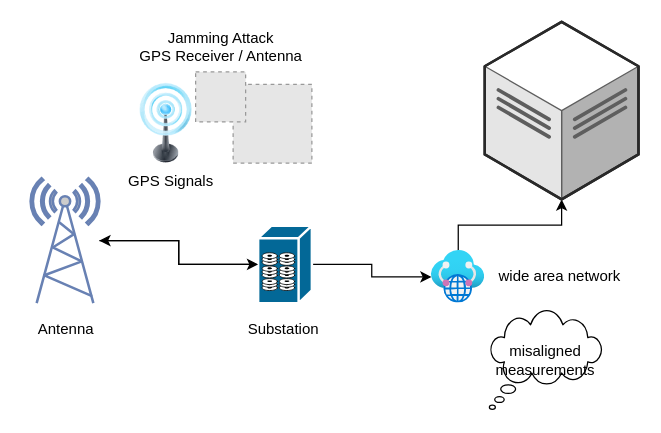
Above: schema kjtn.drawio in Dzishaw/Tugas_Keamanan_Aplikasi (draw.io), before the change. Source tidied: cells renumbered, new cells numbered last; positions are measured from the earlier drawing's top-left corner, leaving out a move shared by most shapes. Both pictures are drawn from the tidied source at 125%, with x=0, y=0 at pixel (20, 21). Pictures stored in the file or linked from it are replaced by grey dashed boxes.
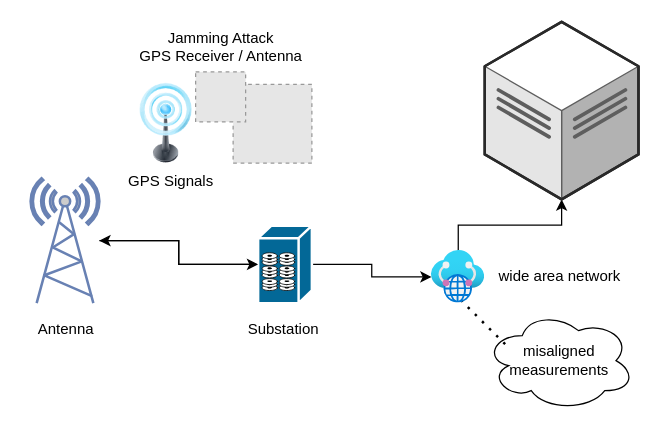
Above is the later version.

The edit, as a diff of the source:
```diff
@@
 <mxGraphModel>
   <root>
     <mxCell id="0" />
     <mxCell id="1" parent="0" />
     <mxCell id="2" style="edgeStyle=orthogonalEdgeStyle;rounded=0;jettySize=auto;html=1;exitX=0;exitY=0.5;exitDx=0;exitDy=0;exitPerimeter=0;" parent="1" edge="1" source="4" target="10">
       <mxGeometry relative="1" as="geometry" />
     </mxCell>
     <mxCell id="3" style="edgeStyle=orthogonalEdgeStyle;rounded=0;jettySize=auto;html=1;exitX=1;exitY=0.5;exitDx=0;exitDy=0;exitPerimeter=0;" parent="1" edge="1" source="4" target="12">
       <mxGeometry relative="1" as="geometry" />
     </mxCell>
     <mxCell id="4" style="shape=mxgraph.cisco.storage.fibre_channel_disk_subsystem;html=1;dashed=0;fillColor=#036897;strokeColor=#ffffff;strokeWidth=2;verticalLabelPosition=bottom;verticalAlign=top;align=center;outlineConnect=0;" parent="1" vertex="1">
       <mxGeometry x="190" y="163" width="43" height="62" as="geometry" />
     </mxCell>
     <mxCell id="5" style="image;html=1;image=img/lib/clip_art/telecommunication/Signal_tower_on_128x128.png;" parent="1" vertex="1">
       <mxGeometry x="63" y="49.2" width="107" height="63.8" as="geometry" />
     </mxCell>
     <mxCell id="6" style="fillColor=#E6E6E6;strokeColor=#999999;dashed=1;html=1;verticalAlign=top;verticalLabelPosition=bottom;labelBackgroundColor=#ffffff;" parent="1" vertex="1">
       <mxGeometry x="170" y="50" width="63" height="63" as="geometry" />
     </mxCell>
     <mxCell id="7" value="Jamming Attack &lt;br&gt;GPS Receiver / Antenna" style="text;html=1;align=center;verticalAlign=middle;strokeColor=none;fillColor=none;" parent="1" vertex="1">
       <mxGeometry x="85" width="150" height="40" as="geometry" />
     </mxCell>
     <mxCell id="8" style="fillColor=#E6E6E6;strokeColor=#999999;dashed=1;html=1;verticalAlign=top;verticalLabelPosition=bottom;labelBackgroundColor=#ffffff;" parent="1" vertex="1">
       <mxGeometry x="140" y="40" width="40" height="40" as="geometry" />
     </mxCell>
     <mxCell id="9" style="edgeStyle=orthogonalEdgeStyle;rounded=0;jettySize=auto;html=1;" parent="1" edge="1" source="10" target="4">
       <mxGeometry relative="1" as="geometry" />
     </mxCell>
     <mxCell id="10" style="fontColor=#0066CC;verticalAlign=top;verticalLabelPosition=bottom;labelPosition=center;align=center;html=1;outlineConnect=0;fillColor=#CCCCCC;strokeColor=#6881B3;gradientColor=none;gradientDirection=north;strokeWidth=2;shape=mxgraph.networks.radio_tower;" parent="1" vertex="1">
       <mxGeometry x="8" y="125" width="55" height="100" as="geometry" />
     </mxCell>
     <mxCell id="11" style="edgeStyle=orthogonalEdgeStyle;rounded=0;jettySize=auto;html=1;" parent="1" edge="1" source="12" target="14">
       <mxGeometry relative="1" as="geometry" />
     </mxCell>
     <mxCell id="12" style="image;html=1;points=[];align=center;fontSize=12;image=img/lib/azure2/networking/Virtual_WANs.svg;" parent="1" vertex="1">
       <mxGeometry x="328.7" y="183" width="42.7" height="42" as="geometry" />
     </mxCell>
     <mxCell id="13" value="wide area network" style="text;html=1;align=center;verticalAlign=middle;strokeColor=none;fillColor=none;" parent="1" vertex="1">
       <mxGeometry x="371.3" y="189" width="120" height="30" as="geometry" />
     </mxCell>
     <mxCell id="14" style="verticalLabelPosition=bottom;html=1;verticalAlign=top;strokeWidth=1;align=center;outlineConnect=0;dashed=0;outlineConnect=0;shape=mxgraph.aws3d.dataCenter;strokeColor=#5E5E5E;" parent="1" vertex="1">
       <mxGeometry x="371.3" width="123" height="142" as="geometry" />
     </mxCell>
     <mxCell id="15" value="Substation" style="text;html=1;align=center;verticalAlign=middle;strokeColor=none;fillColor=none;rotation=0;" parent="1" vertex="1">
       <mxGeometry x="170" y="231" width="80" height="30" as="geometry" />
     </mxCell>
     <mxCell id="16" value="Antenna" style="text;html=1;align=center;verticalAlign=middle;strokeColor=none;fillColor=none;" parent="1" vertex="1">
       <mxGeometry x="0.5" y="231" width="70" height="30" as="geometry" />
     </mxCell>
     <mxCell id="17" value="GPS Signals" style="text;html=1;align=center;verticalAlign=middle;strokeColor=none;fillColor=none;" parent="1" vertex="1">
       <mxGeometry x="75" y="113" width="90" height="30" as="geometry" />
     </mxCell>
-    <mxCell id="18" value="misaligned measurements" style="whiteSpace=wrap;html=1;shape=mxgraph.basic.cloud_callout;" parent="1" vertex="1">
-      <mxGeometry x="375" y="231" width="90" height="79" as="geometry" />
+    <mxCell id="18" value="misaligned measurements" style="ellipse;shape=cloud;whiteSpace=wrap;html=1;" parent="1" vertex="1">
+      <mxGeometry x="371.3" y="231" width="120" height="80" as="geometry" />
     </mxCell>
+    <mxCell id="19" style="endArrow=none;dashed=1;html=1;dashPattern=1 3;strokeWidth=2;rounded=0;entryX=0.575;entryY=0.971;entryDx=0;entryDy=0;entryPerimeter=0;exitX=0.136;exitY=0.335;exitDx=0;exitDy=0;exitPerimeter=0;" parent="1" edge="1" source="18" target="12">
+      <mxGeometry relative="1" as="geometry" />
+    </mxCell>
   </root>
 </mxGraphModel>
```
